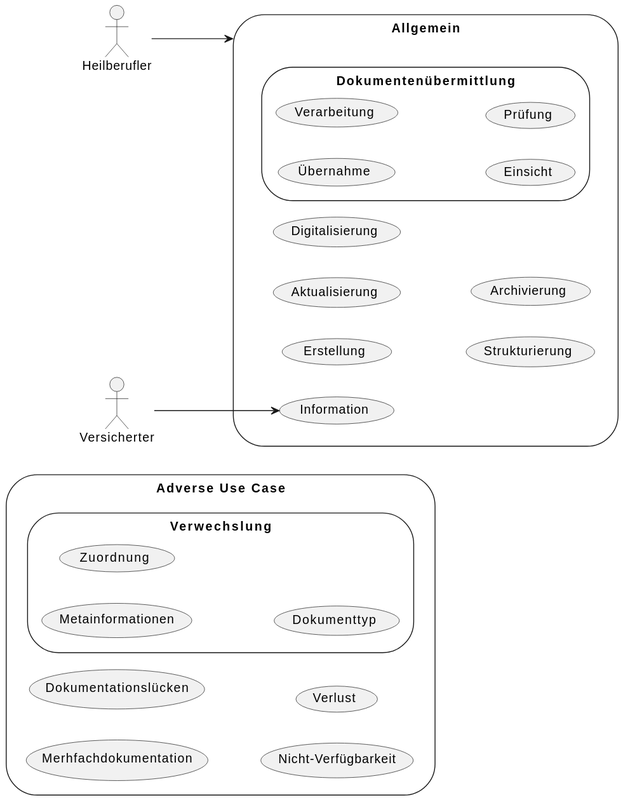
Above: Material/images/diagrams/usecases.svg in gematik/spec-ISiK-Basismodul (PlantUML), before the change.
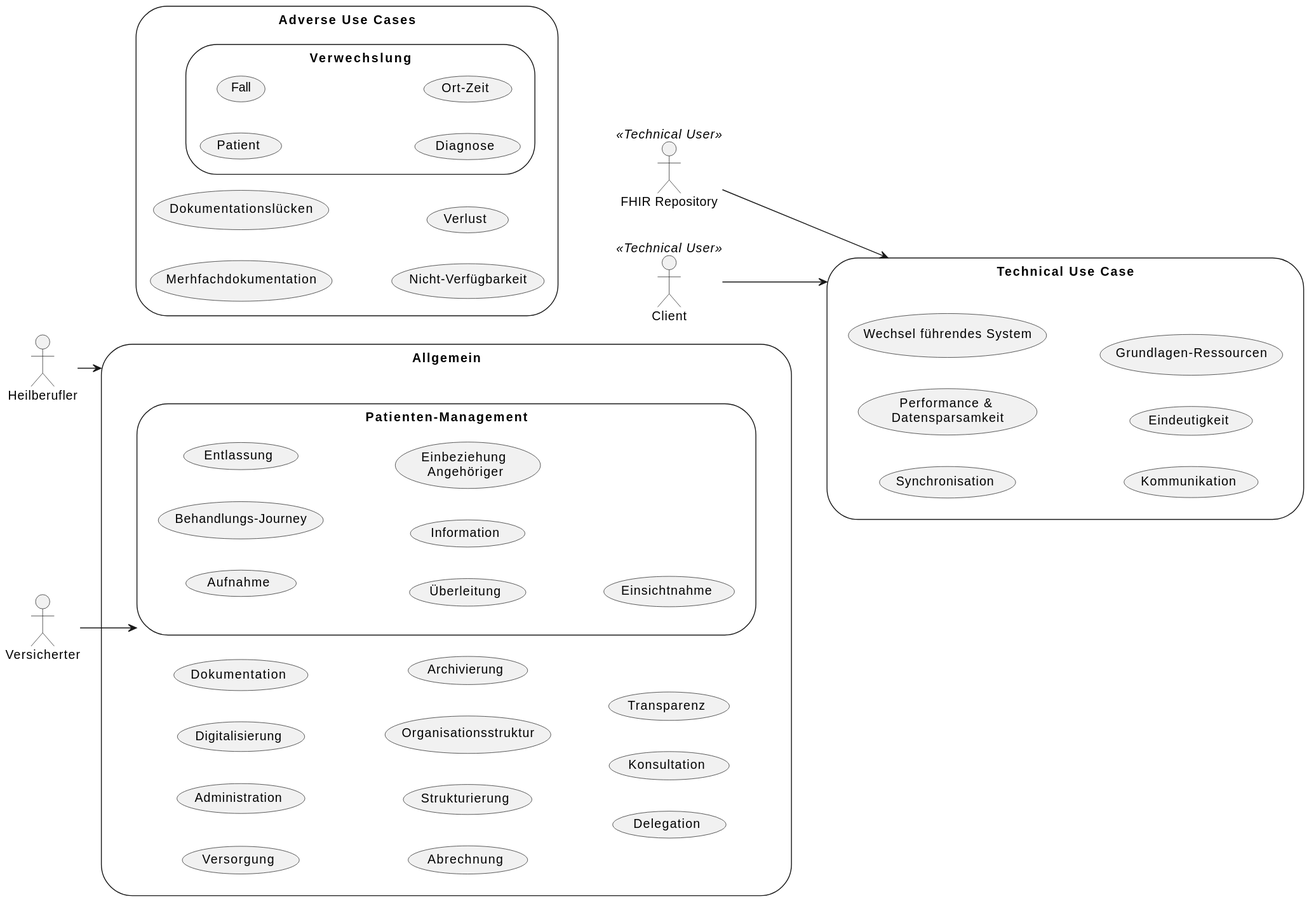
After the change.

Commit message:
auto-generated diagrams by GitHub Action after source code change

Diff of the diagram source:
```diff
@@ -3,11 +3,38 @@
 
 actor :Heilberufler:
 actor :Versicherter:
-storage adverseUC as "Adverse Use Case" {
+:FHIR Repository: as FhirRepo << Technical User >>
+:Client: as Client << Technical User >>
+
+storage gnrlUC as "Allgemein" {
+    (Versorgung)
+    (Administration)
+    (Digitalisierung)
+    (Dokumentation)
+    (Abrechnung)
+    (Strukturierung)
+    (Organisationsstruktur)
+    (Archivierung)
+    (Delegation)
+    (Konsultation)
+    (Transparenz)
+    storage patientUC as "Patienten-Management"{
+        (Aufnahme)
+        (Behandlungs-Journey)
+        (Entlassung)
+        (Überleitung)
+        (Information)
+        (Einbeziehung \nAngehöriger)
+        (Einsichtnahme)
+    }
+}
+
+storage adverseUC as "Adverse Use Cases" {
     storage (Verwechslung){
-        (Metainformationen)
-        (Zuordnung)
-        (Dokumenttyp)
+        (Patient)
+        (Fall)
+        (Diagnose)
+        (Ort-Zeit)
     }
     (Merhfachdokumentation)
     (Dokumentationslücken)
@@ -15,22 +42,21 @@
     (Verlust)
 }
 
-storage gnrlUC as "Allgemein" {
-    (Information)
-    (Erstellung)
-    (Aktualisierung)
-    (Digitalisierung)
-    (Strukturierung)
-    (Archivierung)
-    storage booKUC as "Dokumentenübermittlung"{
-        (Übernahme)
-        (Verarbeitung)
-        (Einsicht)
-        (Prüfung)
-    }
+storage techUC as "Technical Use Case" {
+    (Synchronisation)
+    (Performance & \nDatensparsamkeit)
+    (Wechsel führendes System)
+    (Kommunikation)
+    (Eindeutigkeit)
+    (Grundlagen-Ressourcen)
 }
 
+
+
 Heilberufler --> gnrlUC
-Versicherter --> Information
+Versicherter --> patientUC
+
+FhirRepo --> techUC
+Client --> techUC
 
 @enduml
```
